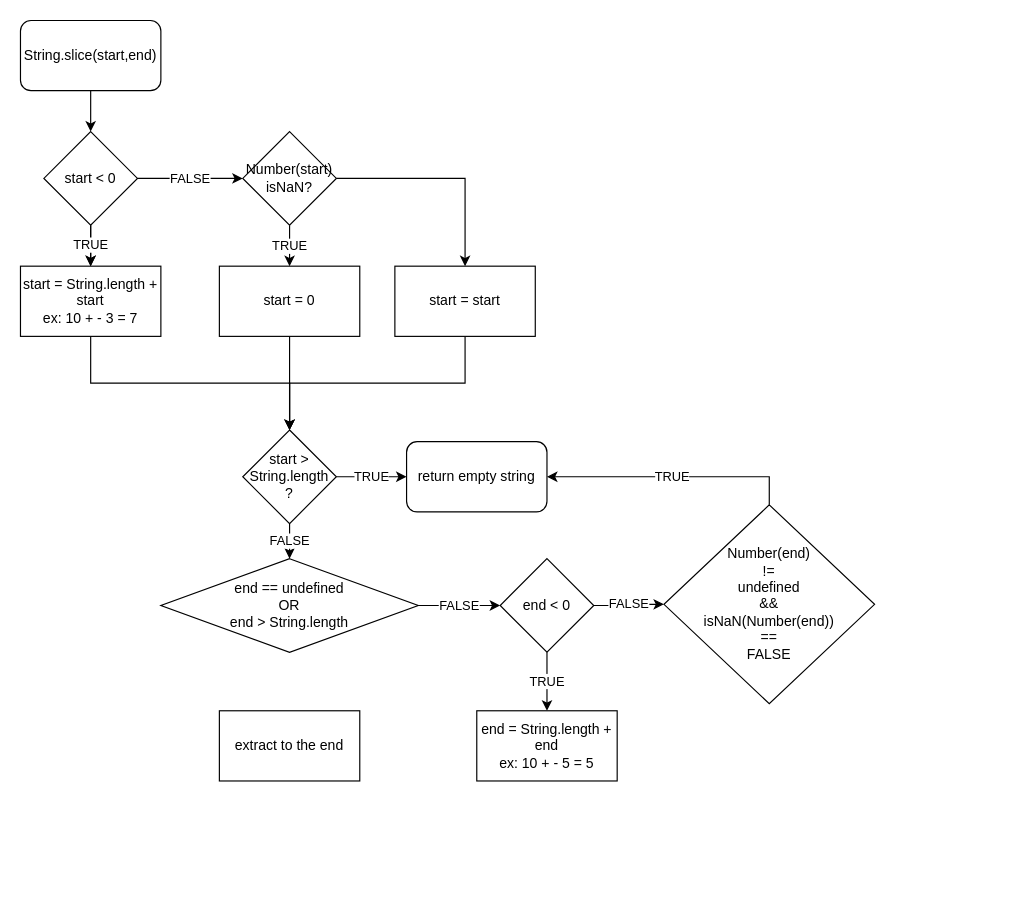
Before: Basic Algorithm Scripting/slice-and-splice/String.slice.drawio in hdevilbiss/freeCodeCampJS, a draw.io diagram. Source tidied: cells renumbered, new cells numbered last; positions are measured from the earlier drawing's top-left corner, leaving out a move shared by most shapes. Both pictures are drawn from the tidied source at 117%, with x=0, y=0 at pixel (20, 20).
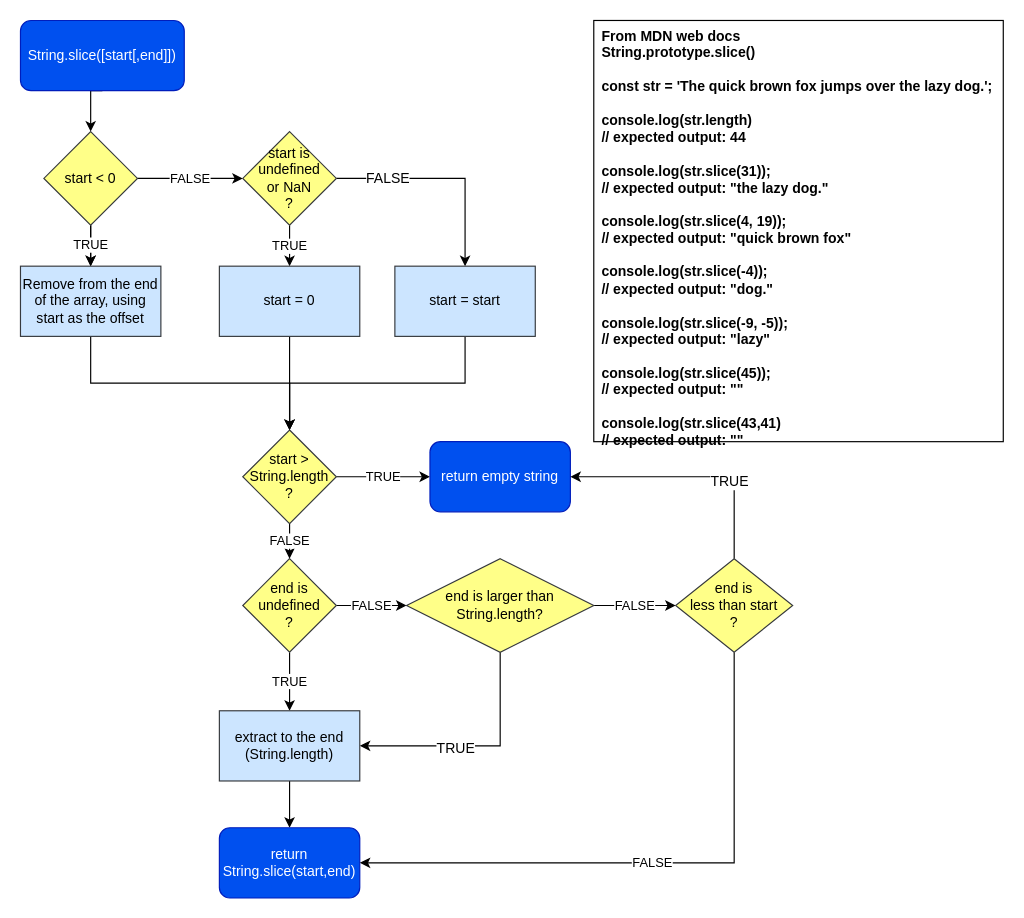
After the change.

Commit message:
Finish flowchart for String.slice.drawio

The change refers to these unchanged cells:
```xml
<mxCell id="11" style="edgeStyle=orthogonalEdgeStyle;rounded=0;jettySize=auto;html=1;exitX=1;exitY=0.5;exitDx=0;exitDy=0;" parent="1" edge="1" source="12" target="19">
  <mxGeometry relative="1" as="geometry" />
</mxCell>
```

Diff of the diagram source:
```diff
@@
-    <mxCell id="3" value="String.slice(start,end)" style="rounded=1;whiteSpace=wrap;html=1;" parent="1" vertex="1">
-      <mxGeometry width="120" height="60" as="geometry" />
+    <mxCell id="3" value="String.slice([start[,end]])" style="rounded=1;whiteSpace=wrap;html=1;fillColor=#0050ef;strokeColor=#001DBC;fontColor=#ffffff;" parent="1" vertex="1">
+      <mxGeometry width="140" height="60" as="geometry" />
     </mxCell>
@@
-    <mxCell id="7" value="start &amp;lt; 0" style="rhombus;whiteSpace=wrap;html=1;" parent="1" vertex="1">
+    <mxCell id="7" value="start &amp;lt; 0" style="rhombus;whiteSpace=wrap;html=1;fillColor=#ffff88;strokeColor=#36393d;" parent="1" vertex="1">
       <mxGeometry x="20" y="95" width="80" height="80" as="geometry" />
     </mxCell>
@@
-    <mxCell id="9" value="start = String.length + start&lt;br&gt;ex: 10 + - 3 = 7" style="rounded=0;whiteSpace=wrap;html=1;" parent="1" vertex="1">
+    <mxCell id="9" value="Remove from the end of the array, using start as the offset" style="rounded=0;whiteSpace=wrap;html=1;fillColor=#cce5ff;strokeColor=#36393d;" parent="1" vertex="1">
       <mxGeometry y="210" width="120" height="60" as="geometry" />
     </mxCell>
@@
+    <mxCell id="30" value="FALSE" style="text;html=1;align=center;verticalAlign=middle;labelBackgroundColor=#ffffff;" parent="11" vertex="1">
+      <mxGeometry x="-0.54" y="1" relative="1" as="geometry" />
+    </mxCell>
-    <mxCell id="12" value="Number(start)&lt;br&gt;isNaN?" style="rhombus;whiteSpace=wrap;html=1;" parent="1" vertex="1">
+    <mxCell id="12" value="start is undefined&lt;br&gt;or NaN&lt;br&gt;?" style="rhombus;whiteSpace=wrap;html=1;fillColor=#ffff88;strokeColor=#36393d;" parent="1" vertex="1">
       <mxGeometry x="190" y="95" width="80" height="80" as="geometry" />
     </mxCell>
@@
-    <mxCell id="14" value="start = 0" style="rounded=0;whiteSpace=wrap;html=1;" parent="1" vertex="1">
+    <mxCell id="14" value="start = 0" style="rounded=0;whiteSpace=wrap;html=1;fillColor=#cce5ff;strokeColor=#36393d;" parent="1" vertex="1">
       <mxGeometry x="170" y="210" width="120" height="60" as="geometry" />
     </mxCell>
@@
-    <mxCell id="17" value="start &amp;gt;&lt;br&gt;String.length&lt;br&gt;?" style="rhombus;whiteSpace=wrap;html=1;" parent="1" vertex="1">
+    <mxCell id="17" value="start &amp;gt;&lt;br&gt;String.length&lt;br&gt;?" style="rhombus;whiteSpace=wrap;html=1;fillColor=#ffff88;strokeColor=#36393d;" parent="1" vertex="1">
       <mxGeometry x="190" y="350" width="80" height="80" as="geometry" />
     </mxCell>
@@
-    <mxCell id="19" value="start = start" style="rounded=0;whiteSpace=wrap;html=1;" parent="1" vertex="1">
+    <mxCell id="19" value="start = start" style="rounded=0;whiteSpace=wrap;html=1;fillColor=#cce5ff;strokeColor=#36393d;" parent="1" vertex="1">
       <mxGeometry x="320" y="210" width="120" height="60" as="geometry" />
     </mxCell>
@@
+    <mxCell id="22" value="TRUE" style="edgeStyle=orthogonalEdgeStyle;rounded=0;jettySize=auto;html=1;exitX=0.5;exitY=1;exitDx=0;exitDy=0;entryX=0.5;entryY=0;entryDx=0;entryDy=0;" parent="1" edge="1" source="21" target="25">
+      <mxGeometry relative="1" as="geometry" />
+    </mxCell>
-    <mxCell id="21" value="end == undefined&lt;br&gt;OR&lt;br&gt;end &amp;gt; String.length" style="rhombus;whiteSpace=wrap;html=1;" parent="1" vertex="1">
-      <mxGeometry x="120" y="460" width="220" height="80" as="geometry" />
+    <mxCell id="21" value="end is &lt;br&gt;undefined&lt;br&gt;?" style="rhombus;whiteSpace=wrap;html=1;fillColor=#ffff88;strokeColor=#36393d;" parent="1" vertex="1">
+      <mxGeometry x="190" y="460" width="80" height="80" as="geometry" />
     </mxCell>
-    <mxCell id="22" value="TRUE" style="edgeStyle=orthogonalEdgeStyle;rounded=0;jettySize=auto;html=1;exitX=0.5;exitY=1;exitDx=0;exitDy=0;entryX=0.5;entryY=0;entryDx=0;entryDy=0;" parent="1" edge="1" source="24" target="26">
-      <mxGeometry relative="1" as="geometry" />
-    </mxCell>
+    <mxCell id="31" style="edgeStyle=orthogonalEdgeStyle;rounded=0;jettySize=auto;html=1;exitX=0.5;exitY=1;exitDx=0;exitDy=0;entryX=1;entryY=0.5;entryDx=0;entryDy=0;" parent="1" edge="1" source="24" target="25">
+      <mxGeometry relative="1" as="geometry" />
+    </mxCell>
+    <mxCell id="32" value="TRUE" style="text;html=1;align=center;verticalAlign=middle;labelBackgroundColor=#ffffff;" parent="31" vertex="1">
+      <mxGeometry x="-0.2" y="-39" relative="1" as="geometry">
+        <mxPoint x="-39" y="41" as="offset" />
+      </mxGeometry>
+    </mxCell>
-    <mxCell id="23" value="FALSE" style="edgeStyle=orthogonalEdgeStyle;rounded=0;jettySize=auto;html=1;exitX=1;exitY=0.5;exitDx=0;exitDy=0;entryX=0;entryY=0.5;entryDx=0;entryDy=0;" parent="1" edge="1" source="24" target="28">
+    <mxCell id="23" value="FALSE" style="edgeStyle=orthogonalEdgeStyle;rounded=0;jettySize=auto;html=1;exitX=1;exitY=0.5;exitDx=0;exitDy=0;entryX=0;entryY=0.5;entryDx=0;entryDy=0;" parent="1" edge="1" source="24" target="38">
       <mxGeometry relative="1" as="geometry" />
     </mxCell>
-    <mxCell id="24" value="end &amp;lt; 0" style="rhombus;whiteSpace=wrap;html=1;" parent="1" vertex="1">
-      <mxGeometry x="410" y="460" width="80" height="80" as="geometry" />
+    <mxCell id="24" value="end is larger than String.length?" style="rhombus;whiteSpace=wrap;html=1;fillColor=#ffff88;strokeColor=#36393d;" parent="1" vertex="1">
+      <mxGeometry x="330" y="460" width="160" height="80" as="geometry" />
     </mxCell>
+    <mxCell id="33" style="edgeStyle=orthogonalEdgeStyle;rounded=0;jettySize=auto;html=1;exitX=0.5;exitY=1;exitDx=0;exitDy=0;" parent="1" edge="1" source="25" target="34">
+      <mxGeometry relative="1" as="geometry" />
+    </mxCell>
-    <mxCell id="25" value="extract to the end" style="rounded=0;whiteSpace=wrap;html=1;" parent="1" vertex="1">
+    <mxCell id="25" value="extract to the end&lt;br&gt;(String.length)" style="rounded=0;whiteSpace=wrap;html=1;fillColor=#cce5ff;strokeColor=#36393d;" parent="1" vertex="1">
       <mxGeometry x="170" y="590" width="120" height="60" as="geometry" />
     </mxCell>
-    <mxCell id="26" value="end = String.length + end&lt;br&gt;ex: 10 + - 5 = 5" style="rounded=0;whiteSpace=wrap;html=1;" parent="1" vertex="1">
-      <mxGeometry x="390" y="590" width="120" height="60" as="geometry" />
-    </mxCell>
-    <mxCell id="27" value="TRUE" style="edgeStyle=orthogonalEdgeStyle;rounded=0;jettySize=auto;html=1;exitX=0.5;exitY=0;exitDx=0;exitDy=0;entryX=1;entryY=0.5;entryDx=0;entryDy=0;" parent="1" edge="1" source="28" target="29">
-      <mxGeometry relative="1" as="geometry" />
-    </mxCell>
-    <mxCell id="28" value="Number(end)&lt;br&gt;!=&lt;br&gt;undefined&lt;br&gt;&amp;amp;&amp;amp;&lt;br&gt;isNaN(Number(end))&lt;br&gt;==&lt;br&gt;FALSE" style="rhombus;whiteSpace=wrap;html=1;" parent="1" vertex="1">
-      <mxGeometry x="550" y="414" width="180" height="170" as="geometry" />
-    </mxCell>
-    <mxCell id="29" value="return empty string" style="rounded=1;whiteSpace=wrap;html=1;" parent="1" vertex="1">
-      <mxGeometry x="330" y="360" width="120" height="60" as="geometry" />
+    <mxCell id="29" value="return empty string" style="rounded=1;whiteSpace=wrap;html=1;fillColor=#0050ef;strokeColor=#001DBC;fontColor=#ffffff;" parent="1" vertex="1">
+      <mxGeometry x="350" y="360" width="120" height="60" as="geometry" />
     </mxCell>
+    <mxCell id="34" value="return String.slice(start,end)" style="rounded=1;whiteSpace=wrap;html=1;fillColor=#0050ef;strokeColor=#001DBC;fontColor=#ffffff;" parent="1" vertex="1">
+      <mxGeometry x="170" y="690" width="120" height="60" as="geometry" />
+    </mxCell>
+    <mxCell id="35" style="edgeStyle=orthogonalEdgeStyle;rounded=0;jettySize=auto;html=1;exitX=0.5;exitY=0;exitDx=0;exitDy=0;entryX=1;entryY=0.5;entryDx=0;entryDy=0;" parent="1" edge="1" source="38" target="29">
+      <mxGeometry relative="1" as="geometry" />
+    </mxCell>
+    <mxCell id="36" value="TRUE" style="text;html=1;align=center;verticalAlign=middle;labelBackgroundColor=#ffffff;" parent="35" vertex="1">
+      <mxGeometry x="-0.36" y="5" relative="1" as="geometry" />
+    </mxCell>
+    <mxCell id="37" value="FALSE" style="edgeStyle=orthogonalEdgeStyle;rounded=0;jettySize=auto;html=1;exitX=0.5;exitY=1;exitDx=0;exitDy=0;entryX=1;entryY=0.5;entryDx=0;entryDy=0;" parent="1" edge="1" source="38" target="34">
+      <mxGeometry relative="1" as="geometry" />
+    </mxCell>
+    <mxCell id="38" value="end is&lt;br&gt;less than start&lt;br&gt;?" style="rhombus;whiteSpace=wrap;html=1;fillColor=#ffff88;strokeColor=#36393d;" parent="1" vertex="1">
+      <mxGeometry x="560" y="460" width="100" height="80" as="geometry" />
+    </mxCell>
+    <mxCell id="39" value="&lt;b&gt;From MDN web docs&lt;br&gt;String.prototype.slice()&lt;br&gt;&lt;/b&gt;&lt;br&gt;&lt;div&gt;&lt;b&gt;const str = 'The quick brown fox jumps over the lazy dog.';&lt;/b&gt;&lt;/div&gt;&lt;div&gt;&lt;b&gt;&lt;br&gt;&lt;/b&gt;&lt;/div&gt;&lt;div&gt;&lt;b&gt;console.log(str.length)&lt;/b&gt;&lt;/div&gt;&lt;div&gt;&lt;b&gt;// expected output: 44&lt;/b&gt;&lt;/div&gt;&lt;div&gt;&lt;b&gt;&lt;br&gt;&lt;/b&gt;&lt;/div&gt;&lt;div&gt;&lt;b&gt;console.log(str.slice(31));&lt;/b&gt;&lt;/div&gt;&lt;div&gt;&lt;b&gt;// expected output: &quot;the lazy dog.&quot;&lt;/b&gt;&lt;/div&gt;&lt;div&gt;&lt;b&gt;&lt;br&gt;&lt;/b&gt;&lt;/div&gt;&lt;div&gt;&lt;b&gt;console.log(str.slice(4, 19));&lt;/b&gt;&lt;/div&gt;&lt;div&gt;&lt;b&gt;// expected output: &quot;quick brown fox&quot;&lt;/b&gt;&lt;/div&gt;&lt;div&gt;&lt;b&gt;&lt;br&gt;&lt;/b&gt;&lt;/div&gt;&lt;div&gt;&lt;b&gt;console.log(str.slice(-4));&lt;/b&gt;&lt;/div&gt;&lt;div&gt;&lt;b&gt;// expected output: &quot;dog.&quot;&lt;/b&gt;&lt;/div&gt;&lt;div&gt;&lt;b&gt;&lt;br&gt;&lt;/b&gt;&lt;/div&gt;&lt;div&gt;&lt;b&gt;console.log(str.slice(-9, -5));&lt;/b&gt;&lt;/div&gt;&lt;div&gt;&lt;b&gt;// expected output: &quot;lazy&quot;&lt;/b&gt;&lt;/div&gt;&lt;div&gt;&lt;b&gt;&lt;br&gt;&lt;/b&gt;&lt;/div&gt;&lt;div&gt;&lt;b&gt;console.log(str.slice(45));&lt;/b&gt;&lt;/div&gt;&lt;div&gt;&lt;b&gt;// expected output: &quot;&quot;&lt;/b&gt;&lt;/div&gt;&lt;div&gt;&lt;b&gt;&lt;br&gt;&lt;/b&gt;&lt;/div&gt;&lt;div&gt;&lt;b&gt;console.log(str.slice(43,41)&lt;/b&gt;&lt;/div&gt;&lt;div&gt;&lt;b&gt;// expected output: &quot;&quot;&lt;/b&gt;&lt;/div&gt;" style="rounded=0;whiteSpace=wrap;html=1;align=left;verticalAlign=top;spacingLeft=5;" parent="1" vertex="1">
+      <mxGeometry x="490" width="350" height="360" as="geometry" />
+    </mxCell>
```
